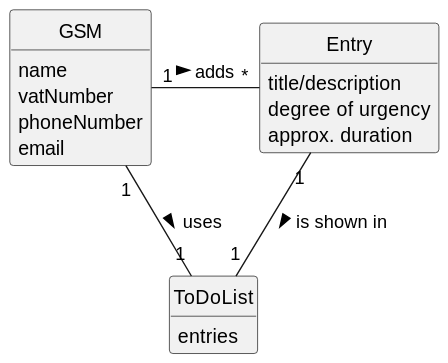
Above: docs/sprint3/us021/02.analysis/svg/us021-domain-model.svg in tiagosoa/lei-24-s2-1dgh-g073 (PlantUML), before the change.
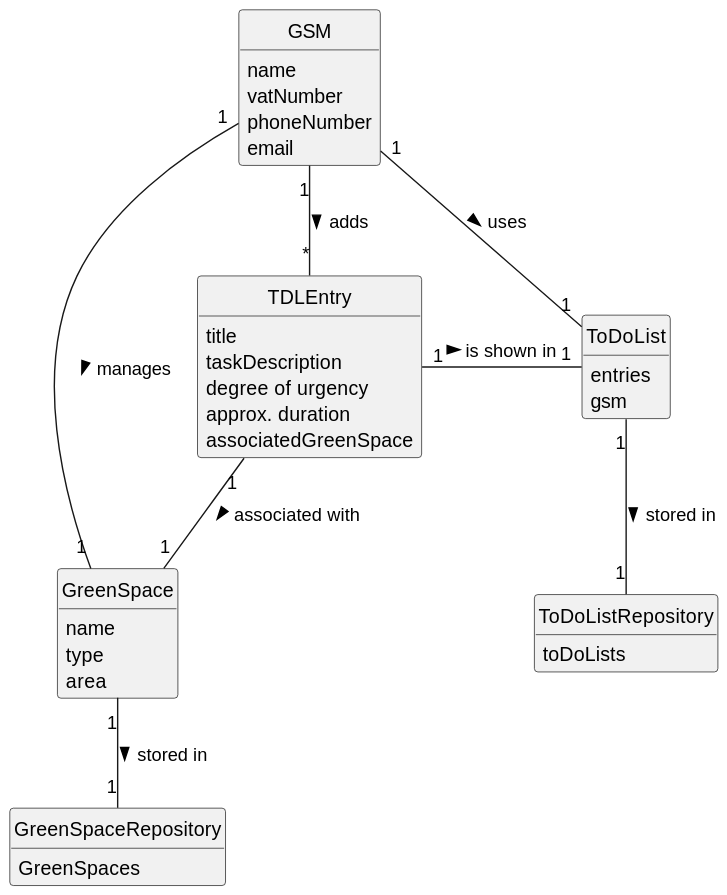
The same diagram one commit later.

Diff of the diagram source:
```diff
@@ -18,18 +18,39 @@
     email
 }
 
-class Entry {
-    title/description
+class TDLEntry {
+    title
+    taskDescription
     degree of urgency
     approx. duration
+    associatedGreenSpace
+}
+
+class GreenSpace {
+    name
+    type
+    area
+}
+
+class GreenSpaceRepository {
+    GreenSpaces
 }
 
 class ToDoList {
     entries
+    gsm
+}
+
+class ToDoListRepository {
+    toDoLists
 }
 
 
-GSM "1" - "*" Entry: adds >
+GSM "1" -- "*" TDLEntry: adds >
+TDLEntry "1" -- "1" GreenSpace: associated with >
+GreenSpace "1" -- "1" GreenSpaceRepository: stored in >
+GSM "1" - "1" GreenSpace: manages >
 GSM "1" -- "1" ToDoList: uses >
-Entry "1" -- "1" ToDoList: is shown in >
+TDLEntry "1" - "1" ToDoList: is shown in >
+ToDoList "1" -- "1" ToDoListRepository: stored in >
 @enduml
```
